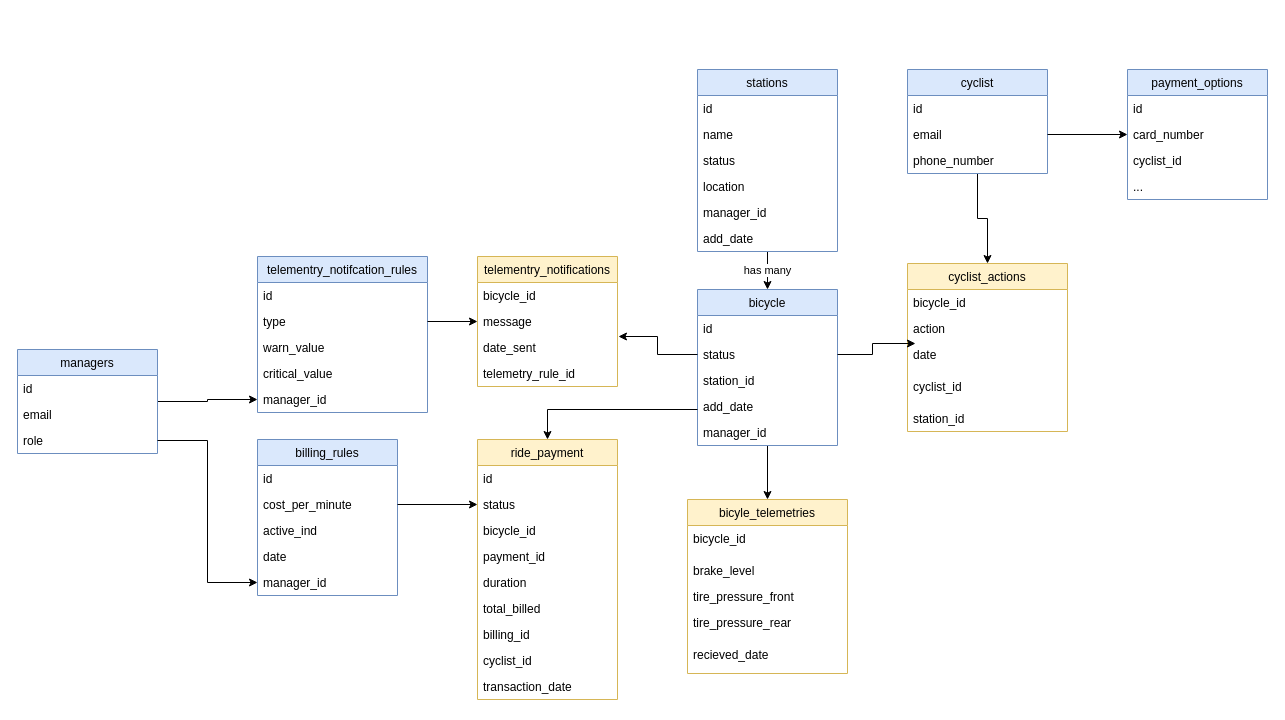
Above: drawio/database.drawio in mark579/bicicletas-bogota-design (draw.io), before the change. Source tidied: cells renumbered, new cells numbered last; positions are measured from the earlier drawing's top-left corner, leaving out a move shared by most shapes. Both pictures are drawn from the tidied source at 100%, with x=0, y=0 at pixel (17, 69).
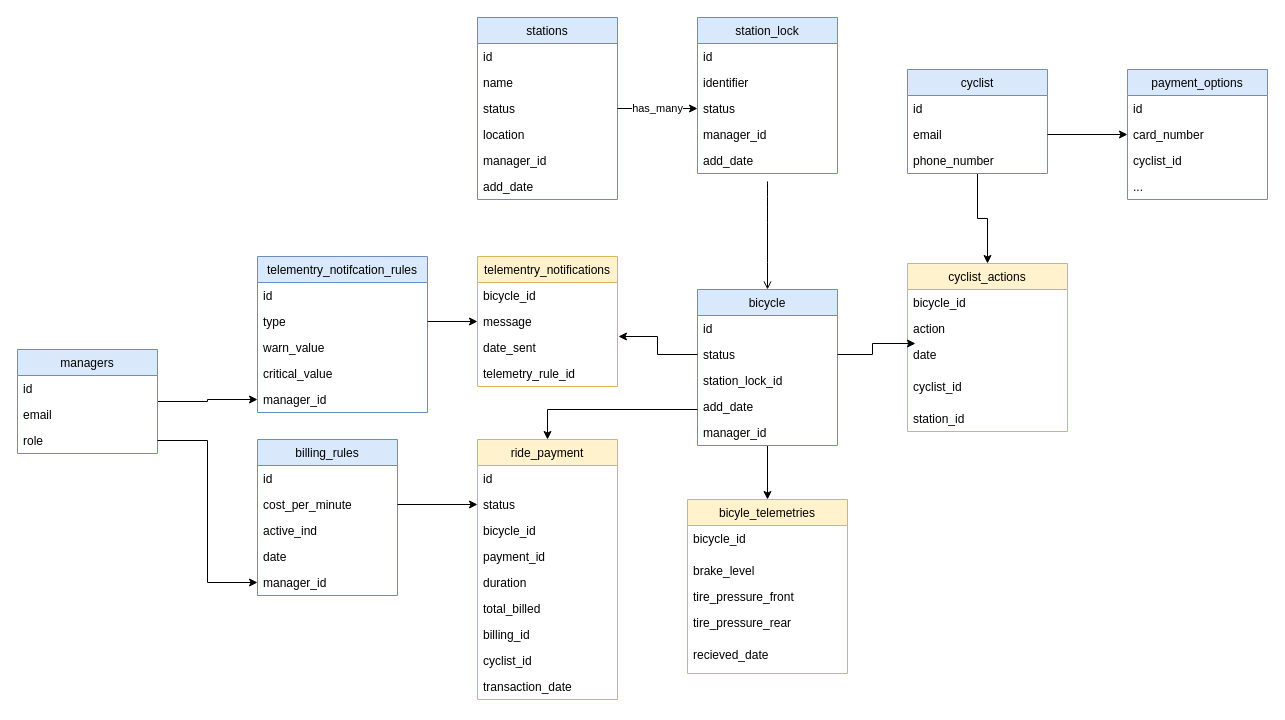
The same diagram, later.

Unchanged cells that the change refers to:
```xml
<mxCell id="16" value="status" style="text;strokeColor=none;fillColor=none;align=left;verticalAlign=top;spacingLeft=4;spacingRight=4;overflow=hidden;points=[[0,0.5],[1,0.5]];portConstraint=eastwest;" parent="13" vertex="1">
  <mxGeometry y="78" width="140" height="26" as="geometry" />
</mxCell>
<mxCell id="21" value="bicycle" style="swimlane;fontStyle=0;horizontal=1;startSize=26;fillColor=#dae8fc;strokeColor=#6c8ebf;" parent="1" vertex="1">
  <mxGeometry x="680" y="220" width="140" height="156" as="geometry" />
</mxCell>
```

Diff of the diagram source:
```diff
@@
-    <mxCell id="12" value="has many" style="edgeStyle=orthogonalEdgeStyle;rounded=0;jettySize=auto;html=1;" parent="1" edge="1" source="13" target="21">
-      <mxGeometry relative="1" as="geometry" />
-    </mxCell>
     <mxCell id="13" value="stations" style="swimlane;fontStyle=0;horizontal=1;startSize=26;fillColor=#dae8fc;strokeColor=#6c8ebf;" parent="1" vertex="1">
-      <mxGeometry x="680" width="140" height="182" as="geometry" />
+      <mxGeometry x="460" y="-52" width="140" height="182" as="geometry" />
     </mxCell>
@@
-    <mxCell id="24" value="station_id" style="text;strokeColor=none;fillColor=none;align=left;verticalAlign=top;spacingLeft=4;spacingRight=4;overflow=hidden;" parent="21" vertex="1">
+    <mxCell id="24" value="station_lock_id" style="text;strokeColor=none;fillColor=none;align=left;verticalAlign=top;spacingLeft=4;spacingRight=4;overflow=hidden;" parent="21" vertex="1">
       <mxGeometry y="78" width="140" height="26" as="geometry" />
     </mxCell>
@@
+    <mxCell id="78" style="edgeStyle=none;curved=1;rounded=0;jettySize=auto;html=1;entryX=0.5;entryY=0;entryDx=0;entryDy=0;endArrow=open;sourcePerimeterSpacing=8;targetPerimeterSpacing=8;" parent="1" edge="1" source="79" target="21">
+      <mxGeometry relative="1" as="geometry" />
+    </mxCell>
+    <mxCell id="79" value="station_lock" style="swimlane;fontStyle=0;horizontal=1;startSize=26;fillColor=#dae8fc;strokeColor=#6c8ebf;" parent="1" vertex="1">
+      <mxGeometry x="680" y="-52" width="140" height="156" as="geometry" />
+    </mxCell>
+    <mxCell id="80" value="id" style="text;strokeColor=none;fillColor=none;align=left;verticalAlign=top;spacingLeft=4;spacingRight=4;overflow=hidden;" parent="79" vertex="1">
+      <mxGeometry y="26" width="140" height="26" as="geometry" />
+    </mxCell>
+    <mxCell id="81" value="identifier" style="text;strokeColor=none;fillColor=none;align=left;verticalAlign=top;spacingLeft=4;spacingRight=4;overflow=hidden;" parent="79" vertex="1">
+      <mxGeometry y="52" width="140" height="26" as="geometry" />
+    </mxCell>
+    <mxCell id="82" value="status" style="text;strokeColor=none;fillColor=none;align=left;verticalAlign=top;spacingLeft=4;spacingRight=4;overflow=hidden;points=[[0,0.5],[1,0.5]];portConstraint=eastwest;" parent="79" vertex="1">
+      <mxGeometry y="78" width="140" height="26" as="geometry" />
+    </mxCell>
+    <mxCell id="83" value="manager_id" style="text;strokeColor=none;fillColor=none;align=left;verticalAlign=top;spacingLeft=4;spacingRight=4;overflow=hidden;" parent="79" vertex="1">
+      <mxGeometry y="104" width="140" height="26" as="geometry" />
+    </mxCell>
+    <mxCell id="84" value="add_date" style="text;strokeColor=none;fillColor=none;align=left;verticalAlign=top;spacingLeft=4;spacingRight=4;overflow=hidden;" parent="79" vertex="1">
+      <mxGeometry y="130" width="140" height="26" as="geometry" />
+    </mxCell>
+    <mxCell id="85" value="has_many" style="edgeStyle=orthogonalEdgeStyle;rounded=0;jettySize=auto;html=1;entryX=0;entryY=0.5;entryDx=0;entryDy=0;exitX=1;exitY=0.5;exitDx=0;exitDy=0;" parent="1" edge="1" source="16" target="82">
+      <mxGeometry relative="1" as="geometry" />
+    </mxCell>
```
